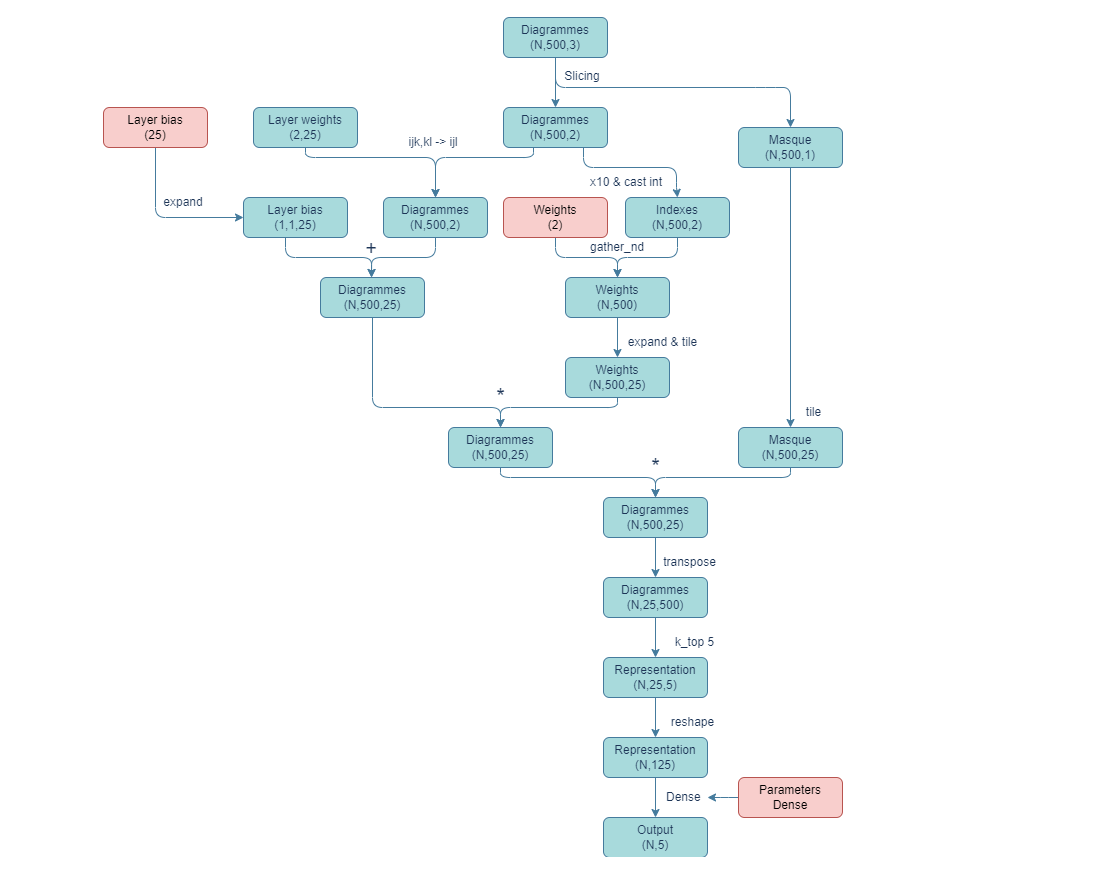
This is images/perslayModelOrbits.png from florandefossez/TDA_project, a draw.io export, as it was before one commit. Source tidied: cells renumbered, new cells last; positions are measured from the earlier drawing's top-left corner, leaving out a move shared by most shapes. Its diagram source:
```xml
<mxGraphModel background="#FFFFFF">
  <root>
    <mxCell id="0" />
    <mxCell id="1" parent="0" />
    <mxCell id="2" style="edgeStyle=orthogonalEdgeStyle;rounded=1;jettySize=auto;html=1;labelBackgroundColor=none;strokeColor=#457B9D;fontColor=default;" parent="1" edge="1" source="4" target="9">
      <mxGeometry relative="1" as="geometry">
        <Array as="points">
          <mxPoint x="662" y="70" />
          <mxPoint x="852" y="70" />
        </Array>
      </mxGeometry>
    </mxCell>
    <mxCell id="3" style="edgeStyle=orthogonalEdgeStyle;rounded=1;jettySize=auto;html=1;entryX=0.5;entryY=0;entryDx=0;entryDy=0;labelBackgroundColor=none;strokeColor=#457B9D;fontColor=default;" parent="1" edge="1" source="4" target="7">
      <mxGeometry relative="1" as="geometry" />
    </mxCell>
    <mxCell id="4" value="Diagrammes&lt;br&gt;(N,500,3)" style="rounded=1;whiteSpace=wrap;html=1;labelBackgroundColor=none;fillColor=#A8DADC;strokeColor=#457B9D;fontColor=#1D3557;" parent="1" vertex="1">
      <mxGeometry x="400" width="104" height="40" as="geometry" />
    </mxCell>
    <mxCell id="5" style="edgeStyle=orthogonalEdgeStyle;rounded=1;jettySize=auto;html=1;entryX=0.5;entryY=0;entryDx=0;entryDy=0;labelBackgroundColor=none;strokeColor=#457B9D;fontColor=default;" parent="1" edge="1" source="7" target="13">
      <mxGeometry relative="1" as="geometry">
        <Array as="points">
          <mxPoint x="480" y="150" />
          <mxPoint x="573" y="150" />
          <mxPoint x="573" y="170" />
          <mxPoint x="574" y="170" />
        </Array>
      </mxGeometry>
    </mxCell>
    <mxCell id="6" style="edgeStyle=orthogonalEdgeStyle;rounded=1;jettySize=auto;html=1;entryX=0.5;entryY=0;entryDx=0;entryDy=0;labelBackgroundColor=none;strokeColor=#457B9D;fontColor=default;" parent="1" edge="1" source="7" target="11">
      <mxGeometry relative="1" as="geometry">
        <Array as="points">
          <mxPoint x="430" y="140" />
          <mxPoint x="332" y="140" />
        </Array>
      </mxGeometry>
    </mxCell>
    <mxCell id="7" value="Diagrammes&lt;br&gt;(N,500,2)" style="rounded=1;whiteSpace=wrap;html=1;labelBackgroundColor=none;fillColor=#A8DADC;strokeColor=#457B9D;fontColor=#1D3557;" parent="1" vertex="1">
      <mxGeometry x="400" y="90" width="104" height="40" as="geometry" />
    </mxCell>
    <mxCell id="8" style="edgeStyle=orthogonalEdgeStyle;rounded=1;jettySize=auto;html=1;entryX=0.5;entryY=0;entryDx=0;entryDy=0;fontSize=20;labelBackgroundColor=none;strokeColor=#457B9D;fontColor=default;" parent="1" edge="1" source="9" target="33">
      <mxGeometry relative="1" as="geometry" />
    </mxCell>
    <mxCell id="9" value="Masque&lt;br&gt;(N,500,1)" style="rounded=1;whiteSpace=wrap;html=1;labelBackgroundColor=none;fillColor=#A8DADC;strokeColor=#457B9D;fontColor=#1D3557;" parent="1" vertex="1">
      <mxGeometry x="635" y="110" width="104" height="40" as="geometry" />
    </mxCell>
    <mxCell id="10" style="edgeStyle=orthogonalEdgeStyle;rounded=1;jettySize=auto;html=1;entryX=0.491;entryY=-0.001;entryDx=0;entryDy=0;entryPerimeter=0;labelBackgroundColor=none;strokeColor=#457B9D;fontColor=default;" parent="1" edge="1" source="11" target="21">
      <mxGeometry relative="1" as="geometry" />
    </mxCell>
    <mxCell id="11" value="Diagrammes&lt;br&gt;(N,500,2)" style="rounded=1;whiteSpace=wrap;html=1;labelBackgroundColor=none;fillColor=#A8DADC;strokeColor=#457B9D;fontColor=#1D3557;" parent="1" vertex="1">
      <mxGeometry x="280" y="180" width="104" height="40" as="geometry" />
    </mxCell>
    <mxCell id="12" style="edgeStyle=orthogonalEdgeStyle;rounded=1;jettySize=auto;html=1;entryX=0.5;entryY=0;entryDx=0;entryDy=0;labelBackgroundColor=none;strokeColor=#457B9D;fontColor=default;" parent="1" edge="1" source="13" target="27">
      <mxGeometry relative="1" as="geometry" />
    </mxCell>
    <mxCell id="13" value="Indexes&lt;br&gt;(N,500,2)" style="rounded=1;whiteSpace=wrap;html=1;labelBackgroundColor=none;fillColor=#A8DADC;strokeColor=#457B9D;fontColor=#1D3557;" parent="1" vertex="1">
      <mxGeometry x="522" y="180" width="104" height="40" as="geometry" />
    </mxCell>
    <mxCell id="14" style="edgeStyle=orthogonalEdgeStyle;rounded=1;jettySize=auto;html=1;entryX=0.5;entryY=0;entryDx=0;entryDy=0;labelBackgroundColor=none;strokeColor=#457B9D;fontColor=default;" parent="1" edge="1" source="15" target="11">
      <mxGeometry relative="1" as="geometry">
        <Array as="points">
          <mxPoint x="202" y="140" />
          <mxPoint x="332" y="140" />
        </Array>
      </mxGeometry>
    </mxCell>
    <mxCell id="15" value="Layer weights&lt;br&gt;(2,25)" style="rounded=1;whiteSpace=wrap;html=1;labelBackgroundColor=none;fillColor=#A8DADC;strokeColor=#457B9D;fontColor=#1D3557;" parent="1" vertex="1">
      <mxGeometry x="150" y="90" width="104" height="40" as="geometry" />
    </mxCell>
    <mxCell id="16" style="edgeStyle=orthogonalEdgeStyle;rounded=1;jettySize=auto;html=1;entryX=0;entryY=0.5;entryDx=0;entryDy=0;labelBackgroundColor=none;strokeColor=#457B9D;fontColor=default;" parent="1" edge="1" source="17" target="19">
      <mxGeometry relative="1" as="geometry">
        <Array as="points">
          <mxPoint x="52" y="200" />
        </Array>
      </mxGeometry>
    </mxCell>
    <mxCell id="17" value="Layer bias&lt;br&gt;(25)" style="rounded=1;whiteSpace=wrap;html=1;fillColor=#f8cecc;strokeColor=#b85450;labelBackgroundColor=none;" parent="1" vertex="1">
      <mxGeometry y="90" width="104" height="40" as="geometry" />
    </mxCell>
    <mxCell id="18" style="edgeStyle=orthogonalEdgeStyle;rounded=1;jettySize=auto;html=1;labelBackgroundColor=none;strokeColor=#457B9D;fontColor=default;" parent="1" edge="1" source="19" target="21">
      <mxGeometry relative="1" as="geometry">
        <Array as="points">
          <mxPoint x="182" y="240" />
          <mxPoint x="268" y="240" />
        </Array>
      </mxGeometry>
    </mxCell>
    <mxCell id="19" value="Layer bias&lt;br&gt;(1,1,25)" style="rounded=1;whiteSpace=wrap;html=1;labelBackgroundColor=none;fillColor=#A8DADC;strokeColor=#457B9D;fontColor=#1D3557;" parent="1" vertex="1">
      <mxGeometry x="140" y="180" width="104" height="40" as="geometry" />
    </mxCell>
    <mxCell id="20" style="edgeStyle=orthogonalEdgeStyle;rounded=1;jettySize=auto;html=1;entryX=0.5;entryY=0;entryDx=0;entryDy=0;labelBackgroundColor=none;strokeColor=#457B9D;fontColor=default;" parent="1" edge="1" source="21" target="23">
      <mxGeometry relative="1" as="geometry">
        <Array as="points">
          <mxPoint x="269" y="390" />
          <mxPoint x="397" y="390" />
        </Array>
      </mxGeometry>
    </mxCell>
    <mxCell id="21" value="Diagrammes&lt;br&gt;(N,500,25)" style="rounded=1;whiteSpace=wrap;html=1;labelBackgroundColor=none;fillColor=#A8DADC;strokeColor=#457B9D;fontColor=#1D3557;" parent="1" vertex="1">
      <mxGeometry x="217" y="260" width="104" height="40" as="geometry" />
    </mxCell>
    <mxCell id="22" style="edgeStyle=orthogonalEdgeStyle;rounded=1;jettySize=auto;html=1;entryX=0.5;entryY=0;entryDx=0;entryDy=0;fontSize=20;labelBackgroundColor=none;strokeColor=#457B9D;fontColor=default;" parent="1" edge="1" source="23" target="31">
      <mxGeometry relative="1" as="geometry">
        <Array as="points">
          <mxPoint x="397" y="460" />
          <mxPoint x="552" y="460" />
        </Array>
      </mxGeometry>
    </mxCell>
    <mxCell id="23" value="Diagrammes&lt;br&gt;(N,500,25)" style="rounded=1;whiteSpace=wrap;html=1;labelBackgroundColor=none;fillColor=#A8DADC;strokeColor=#457B9D;fontColor=#1D3557;" parent="1" vertex="1">
      <mxGeometry x="345" y="410" width="104" height="40" as="geometry" />
    </mxCell>
    <mxCell id="24" style="edgeStyle=orthogonalEdgeStyle;rounded=1;jettySize=auto;html=1;entryX=0.5;entryY=0;entryDx=0;entryDy=0;labelBackgroundColor=none;strokeColor=#457B9D;fontColor=default;" parent="1" edge="1" source="25" target="27">
      <mxGeometry relative="1" as="geometry" />
    </mxCell>
    <mxCell id="25" value="Weights&lt;br&gt;(2)" style="rounded=1;whiteSpace=wrap;html=1;fillColor=#f8cecc;strokeColor=#b85450;labelBackgroundColor=none;" parent="1" vertex="1">
      <mxGeometry x="400" y="180" width="104" height="40" as="geometry" />
    </mxCell>
    <mxCell id="26" style="edgeStyle=orthogonalEdgeStyle;rounded=1;jettySize=auto;html=1;entryX=0.5;entryY=0;entryDx=0;entryDy=0;labelBackgroundColor=none;strokeColor=#457B9D;fontColor=default;" parent="1" edge="1" source="27" target="29">
      <mxGeometry relative="1" as="geometry" />
    </mxCell>
    <mxCell id="27" value="Weights&lt;br&gt;(N,500)" style="rounded=1;whiteSpace=wrap;html=1;labelBackgroundColor=none;fillColor=#A8DADC;strokeColor=#457B9D;fontColor=#1D3557;" parent="1" vertex="1">
      <mxGeometry x="462" y="260" width="104" height="40" as="geometry" />
    </mxCell>
    <mxCell id="28" style="edgeStyle=orthogonalEdgeStyle;rounded=1;jettySize=auto;html=1;labelBackgroundColor=none;strokeColor=#457B9D;fontColor=default;" parent="1" edge="1" source="29" target="23">
      <mxGeometry relative="1" as="geometry">
        <Array as="points">
          <mxPoint x="514" y="390" />
          <mxPoint x="397" y="390" />
        </Array>
      </mxGeometry>
    </mxCell>
    <mxCell id="29" value="Weights&lt;br&gt;(N,500,25)" style="rounded=1;whiteSpace=wrap;html=1;labelBackgroundColor=none;fillColor=#A8DADC;strokeColor=#457B9D;fontColor=#1D3557;" parent="1" vertex="1">
      <mxGeometry x="462" y="340" width="104" height="40" as="geometry" />
    </mxCell>
    <mxCell id="30" style="edgeStyle=orthogonalEdgeStyle;rounded=1;jettySize=auto;html=1;entryX=0.5;entryY=0;entryDx=0;entryDy=0;fontSize=20;labelBackgroundColor=none;strokeColor=#457B9D;fontColor=default;" parent="1" edge="1" source="31" target="35">
      <mxGeometry relative="1" as="geometry" />
    </mxCell>
    <mxCell id="31" value="Diagrammes&lt;br&gt;(N,500,25)" style="rounded=1;whiteSpace=wrap;html=1;labelBackgroundColor=none;fillColor=#A8DADC;strokeColor=#457B9D;fontColor=#1D3557;" parent="1" vertex="1">
      <mxGeometry x="500" y="480" width="104" height="40" as="geometry" />
    </mxCell>
    <mxCell id="32" style="edgeStyle=orthogonalEdgeStyle;rounded=1;jettySize=auto;html=1;entryX=0.5;entryY=0;entryDx=0;entryDy=0;fontSize=20;labelBackgroundColor=none;strokeColor=#457B9D;fontColor=default;" parent="1" edge="1" source="33" target="31">
      <mxGeometry relative="1" as="geometry">
        <Array as="points">
          <mxPoint x="687" y="460" />
          <mxPoint x="552" y="460" />
        </Array>
      </mxGeometry>
    </mxCell>
    <mxCell id="33" value="Masque&lt;br&gt;(N,500,25)" style="rounded=1;whiteSpace=wrap;html=1;labelBackgroundColor=none;fillColor=#A8DADC;strokeColor=#457B9D;fontColor=#1D3557;" parent="1" vertex="1">
      <mxGeometry x="635" y="410" width="104" height="40" as="geometry" />
    </mxCell>
    <mxCell id="34" style="edgeStyle=orthogonalEdgeStyle;rounded=1;jettySize=auto;html=1;entryX=0.5;entryY=0;entryDx=0;entryDy=0;fontSize=20;labelBackgroundColor=none;strokeColor=#457B9D;fontColor=default;" parent="1" edge="1" source="35" target="37">
      <mxGeometry relative="1" as="geometry" />
    </mxCell>
    <mxCell id="35" value="Diagrammes&lt;br&gt;(N,25,500)" style="rounded=1;whiteSpace=wrap;html=1;labelBackgroundColor=none;fillColor=#A8DADC;strokeColor=#457B9D;fontColor=#1D3557;" parent="1" vertex="1">
      <mxGeometry x="500" y="560" width="104" height="40" as="geometry" />
    </mxCell>
    <mxCell id="36" style="edgeStyle=orthogonalEdgeStyle;rounded=1;jettySize=auto;html=1;entryX=0.5;entryY=0;entryDx=0;entryDy=0;fontSize=20;labelBackgroundColor=none;strokeColor=#457B9D;fontColor=default;" parent="1" edge="1" source="37" target="39">
      <mxGeometry relative="1" as="geometry" />
    </mxCell>
    <mxCell id="37" value="Representation&lt;br&gt;(N,25,5)" style="rounded=1;whiteSpace=wrap;html=1;labelBackgroundColor=none;fillColor=#A8DADC;strokeColor=#457B9D;fontColor=#1D3557;" parent="1" vertex="1">
      <mxGeometry x="500" y="640" width="104" height="40" as="geometry" />
    </mxCell>
    <mxCell id="38" style="edgeStyle=orthogonalEdgeStyle;rounded=1;jettySize=auto;html=1;entryX=0.5;entryY=0;entryDx=0;entryDy=0;fontSize=20;labelBackgroundColor=none;strokeColor=#457B9D;fontColor=default;" parent="1" edge="1" source="39" target="40">
      <mxGeometry relative="1" as="geometry" />
    </mxCell>
    <mxCell id="39" value="Representation&lt;br&gt;(N,125)" style="rounded=1;whiteSpace=wrap;html=1;labelBackgroundColor=none;fillColor=#A8DADC;strokeColor=#457B9D;fontColor=#1D3557;" parent="1" vertex="1">
      <mxGeometry x="500" y="720" width="104" height="40" as="geometry" />
    </mxCell>
    <mxCell id="40" value="Output&lt;br&gt;(N,5)" style="rounded=1;whiteSpace=wrap;html=1;labelBackgroundColor=none;fillColor=#A8DADC;strokeColor=#457B9D;fontColor=#1D3557;" parent="1" vertex="1">
      <mxGeometry x="500" y="800" width="104" height="40" as="geometry" />
    </mxCell>
    <mxCell id="41" value="Slicing" style="text;html=1;strokeColor=none;fillColor=none;align=center;verticalAlign=middle;whiteSpace=wrap;rounded=1;labelBackgroundColor=none;fontColor=#1D3557;" parent="1" vertex="1">
      <mxGeometry x="449" y="44" width="60" height="30" as="geometry" />
    </mxCell>
    <mxCell id="42" value="x10 &amp;amp; cast int" style="text;html=1;strokeColor=none;fillColor=none;align=center;verticalAlign=middle;whiteSpace=wrap;rounded=1;labelBackgroundColor=none;fontColor=#1D3557;" parent="1" vertex="1">
      <mxGeometry x="480" y="150" width="86" height="30" as="geometry" />
    </mxCell>
    <mxCell id="43" value="ijk,kl -&amp;gt; ijl" style="text;html=1;strokeColor=none;fillColor=none;align=center;verticalAlign=middle;whiteSpace=wrap;rounded=1;labelBackgroundColor=none;fontColor=#1D3557;" parent="1" vertex="1">
      <mxGeometry x="300" y="110" width="60" height="30" as="geometry" />
    </mxCell>
    <mxCell id="44" value="&lt;font style=&quot;font-size: 20px;&quot;&gt;+&lt;/font&gt;" style="text;html=1;strokeColor=none;fillColor=none;align=center;verticalAlign=middle;whiteSpace=wrap;rounded=1;labelBackgroundColor=none;fontColor=#1D3557;" parent="1" vertex="1">
      <mxGeometry x="253" y="225" width="30" height="10" as="geometry" />
    </mxCell>
    <mxCell id="45" value="gather_nd" style="text;html=1;strokeColor=none;fillColor=none;align=center;verticalAlign=middle;whiteSpace=wrap;rounded=1;labelBackgroundColor=none;fontColor=#1D3557;" parent="1" vertex="1">
      <mxGeometry x="484" y="220" width="60" height="20" as="geometry" />
    </mxCell>
    <mxCell id="46" value="expand" style="text;html=1;strokeColor=none;fillColor=none;align=center;verticalAlign=middle;whiteSpace=wrap;rounded=1;labelBackgroundColor=none;fontColor=#1D3557;" parent="1" vertex="1">
      <mxGeometry x="50" y="170" width="60" height="30" as="geometry" />
    </mxCell>
    <mxCell id="47" value="expand &amp;amp; tile" style="text;html=1;strokeColor=none;fillColor=none;align=center;verticalAlign=middle;whiteSpace=wrap;rounded=1;labelBackgroundColor=none;fontColor=#1D3557;" parent="1" vertex="1">
      <mxGeometry x="509" y="310" width="101" height="30" as="geometry" />
    </mxCell>
    <mxCell id="48" value="&lt;font style=&quot;font-size: 22px;&quot;&gt;*&lt;/font&gt;" style="text;html=1;strokeColor=none;fillColor=none;align=center;verticalAlign=middle;whiteSpace=wrap;rounded=1;labelBackgroundColor=none;fontColor=#1D3557;" parent="1" vertex="1">
      <mxGeometry x="370.5" y="370" width="53" height="20" as="geometry" />
    </mxCell>
    <mxCell id="49" value="tile" style="text;html=1;strokeColor=none;fillColor=none;align=center;verticalAlign=middle;whiteSpace=wrap;rounded=1;labelBackgroundColor=none;fontColor=#1D3557;" parent="1" vertex="1">
      <mxGeometry x="690" y="380" width="41" height="30" as="geometry" />
    </mxCell>
    <mxCell id="50" value="&lt;font style=&quot;font-size: 22px;&quot;&gt;*&lt;/font&gt;" style="text;html=1;strokeColor=none;fillColor=none;align=center;verticalAlign=middle;whiteSpace=wrap;rounded=1;labelBackgroundColor=none;fontColor=#1D3557;" parent="1" vertex="1">
      <mxGeometry x="525.5" y="440" width="53" height="20" as="geometry" />
    </mxCell>
    <mxCell id="51" value="transpose" style="text;html=1;strokeColor=none;fillColor=none;align=center;verticalAlign=middle;whiteSpace=wrap;rounded=1;labelBackgroundColor=none;fontColor=#1D3557;" parent="1" vertex="1">
      <mxGeometry x="566" y="530" width="41" height="30" as="geometry" />
    </mxCell>
    <mxCell id="52" value="k_top 5" style="text;html=1;strokeColor=none;fillColor=none;align=center;verticalAlign=middle;whiteSpace=wrap;rounded=1;labelBackgroundColor=none;fontColor=#1D3557;" parent="1" vertex="1">
      <mxGeometry x="563" y="610" width="57" height="30" as="geometry" />
    </mxCell>
    <mxCell id="53" value="reshape" style="text;html=1;strokeColor=none;fillColor=none;align=center;verticalAlign=middle;whiteSpace=wrap;rounded=1;labelBackgroundColor=none;fontColor=#1D3557;" parent="1" vertex="1">
      <mxGeometry x="569" y="690" width="41" height="30" as="geometry" />
    </mxCell>
    <mxCell id="54" value="Dense&amp;nbsp;" style="text;html=1;strokeColor=none;fillColor=none;align=center;verticalAlign=middle;whiteSpace=wrap;rounded=1;labelBackgroundColor=none;fontColor=#1D3557;" parent="1" vertex="1">
      <mxGeometry x="560" y="770" width="44" height="20" as="geometry" />
    </mxCell>
    <mxCell id="55" style="edgeStyle=orthogonalEdgeStyle;rounded=1;jettySize=auto;html=1;entryX=1;entryY=0.5;entryDx=0;entryDy=0;fontSize=20;labelBackgroundColor=none;strokeColor=#457B9D;fontColor=default;" parent="1" edge="1" source="56" target="54">
      <mxGeometry relative="1" as="geometry" />
    </mxCell>
    <mxCell id="56" value="Parameters&lt;br&gt;Dense" style="rounded=1;whiteSpace=wrap;html=1;fillColor=#f8cecc;strokeColor=#b85450;labelBackgroundColor=none;" parent="1" vertex="1">
      <mxGeometry x="635" y="760" width="104" height="40" as="geometry" />
    </mxCell>
  </root>
</mxGraphModel>
```
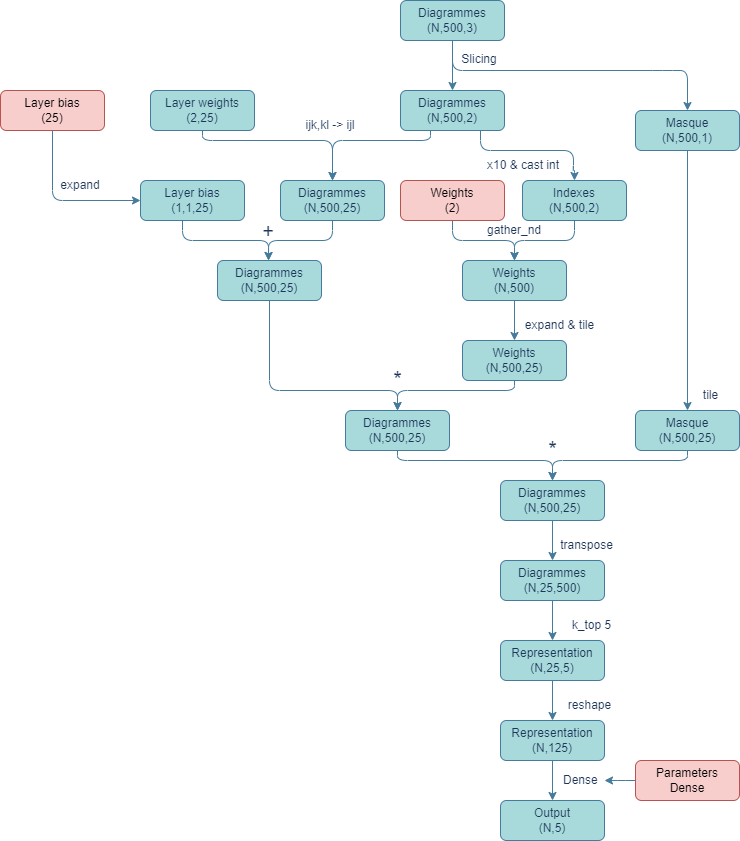
The same file after the commit.

Commit message:
fix dimension value

The edit, as a diff of the source:
```diff
@@ -1,4 +1,4 @@
-<mxGraphModel background="#FFFFFF">
+<mxGraphModel>
   <root>
     <mxCell id="0" />
     <mxCell id="1" parent="0" />
@@ -46,7 +46,7 @@
     <mxCell id="10" style="edgeStyle=orthogonalEdgeStyle;rounded=1;jettySize=auto;html=1;entryX=0.491;entryY=-0.001;entryDx=0;entryDy=0;entryPerimeter=0;labelBackgroundColor=none;strokeColor=#457B9D;fontColor=default;" parent="1" edge="1" source="11" target="21">
       <mxGeometry relative="1" as="geometry" />
     </mxCell>
-    <mxCell id="11" value="Diagrammes&lt;br&gt;(N,500,2)" style="rounded=1;whiteSpace=wrap;html=1;labelBackgroundColor=none;fillColor=#A8DADC;strokeColor=#457B9D;fontColor=#1D3557;" parent="1" vertex="1">
+    <mxCell id="11" value="Diagrammes&lt;br&gt;(N,500,25)" style="rounded=1;whiteSpace=wrap;html=1;labelBackgroundColor=none;fillColor=#A8DADC;strokeColor=#457B9D;fontColor=#1D3557;" parent="1" vertex="1">
       <mxGeometry x="280" y="180" width="104" height="40" as="geometry" />
     </mxCell>
     <mxCell id="12" style="edgeStyle=orthogonalEdgeStyle;rounded=1;jettySize=auto;html=1;entryX=0.5;entryY=0;entryDx=0;entryDy=0;labelBackgroundColor=none;strokeColor=#457B9D;fontColor=default;" parent="1" edge="1" source="13" target="27">
```
